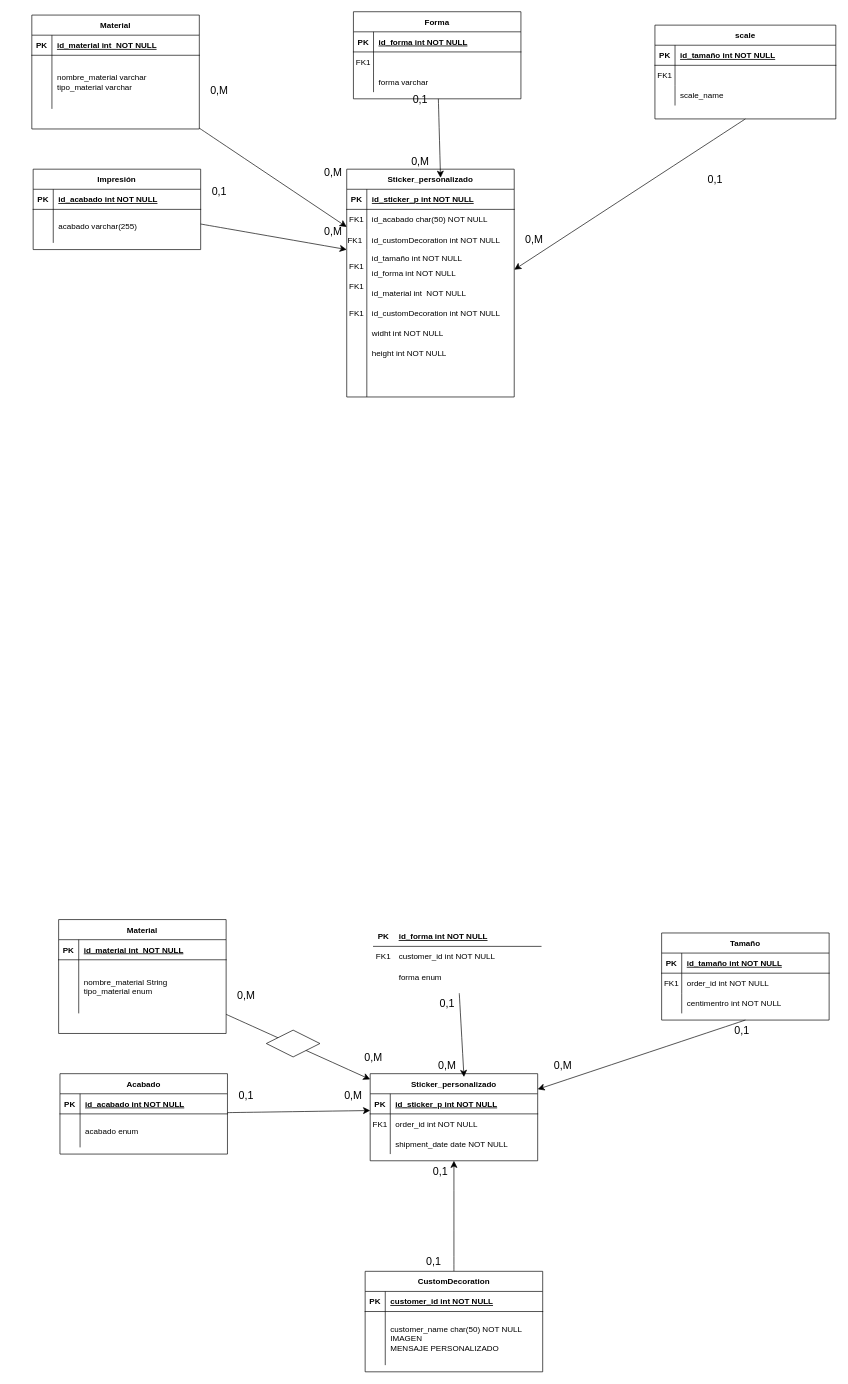
nayrariosaguilar/OdooStickerModule keeps this draw.io diagram as Diagrama sin título.drawio. Above is the earlier version. Source tidied: cells renumbered, new cells numbered last; positions are measured from the earlier drawing's top-left corner, leaving out a move shared by most shapes. Both pictures are drawn from the tidied source at 67%, with x=0, y=0 at pixel (31, 11).
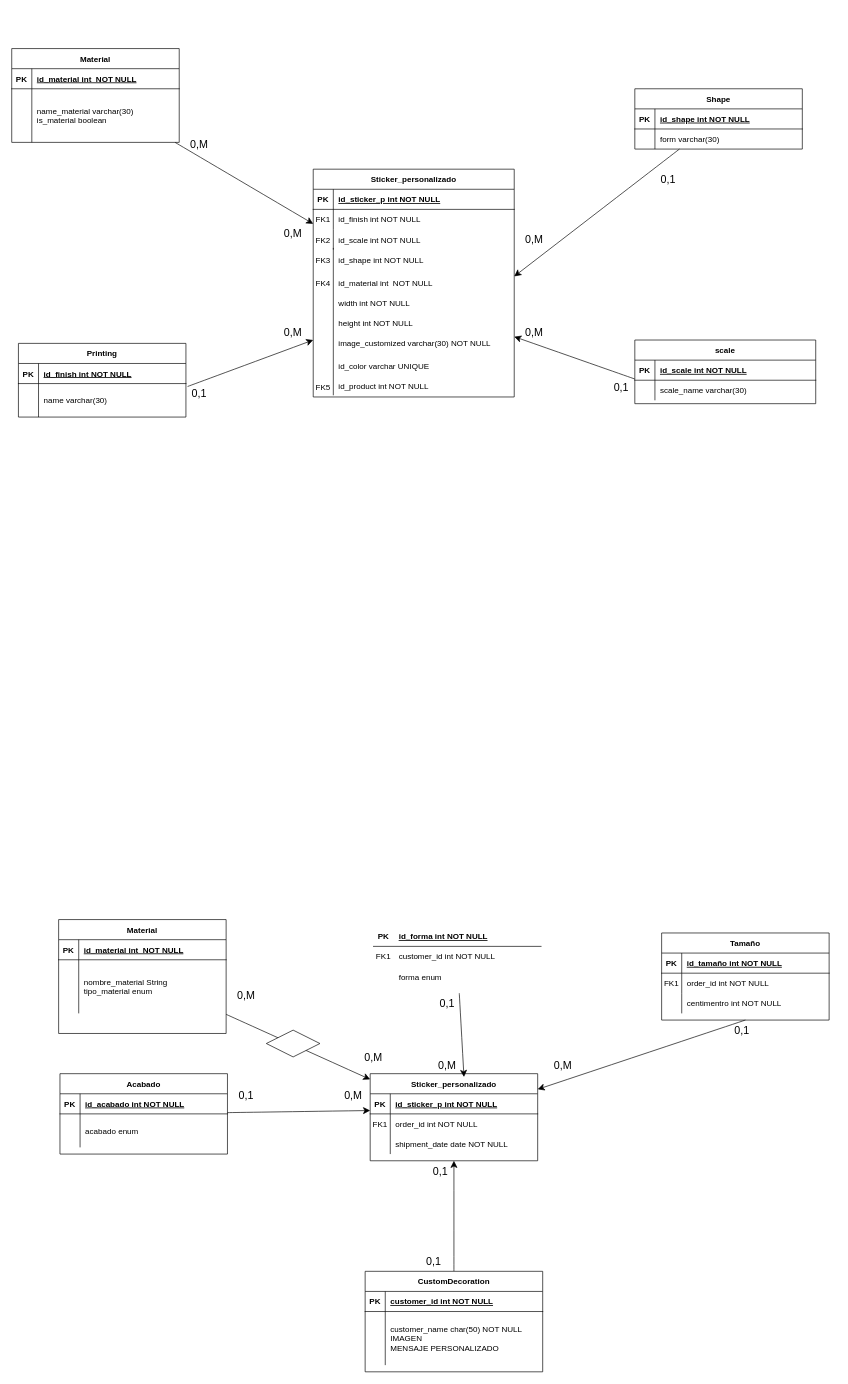
Above is the later version.

The change refers to these unchanged cells:
```xml
<mxCell id="3" style="shape=partialRectangle;fillColor=none;top=0;left=0;right=0;bottom=1;" parent="2" vertex="1">
  <mxGeometry y="30" width="250" height="30" as="geometry" />
</mxCell>
<mxCell id="27" style="shape=partialRectangle;fillColor=none;top=0;left=0;right=0;bottom=0;" parent="23" vertex="1">
  <mxGeometry y="60" width="250" height="80" as="geometry" />
</mxCell>
<mxCell id="31" style="shape=partialRectangle;fillColor=none;top=0;left=0;right=0;bottom=1;" parent="30" vertex="1">
  <mxGeometry y="30" width="250" height="30" as="geometry" />
</mxCell>
<mxCell id="34" style="shape=partialRectangle;fillColor=none;points=[[0,0.5],[1,0.5]];portConstraint=eastwest;top=0;left=0;right=0;bottom=0;" parent="30" vertex="1">
  <mxGeometry y="60" width="250" height="50" as="geometry" />
</mxCell>
```

What changed in the source:
```diff
@@
-    <mxCell id="2" value="Forma" style="shape=table;startSize=30;childLayout=tableLayout;rowLines=0;fontStyle=1;align=center;" parent="1" vertex="1">
-      <mxGeometry x="480" width="250" height="130" as="geometry" />
+    <mxCell id="2" value="Shape" style="shape=table;startSize=30;childLayout=tableLayout;rowLines=0;fontStyle=1;align=center;" parent="1" vertex="1">
+      <mxGeometry x="900" y="115" width="250" height="90" as="geometry" />
     </mxCell>
@@
-    <mxCell id="5" value="id_forma int NOT NULL " style="shape=partialRectangle;overflow=hidden;fillColor=none;top=0;left=0;bottom=0;right=0;align=left;spacingLeft=6;fontStyle=5;" parent="3" vertex="1">
+    <mxCell id="5" value="id_shape int NOT NULL " style="shape=partialRectangle;overflow=hidden;fillColor=none;top=0;left=0;bottom=0;right=0;align=left;spacingLeft=6;fontStyle=5;" parent="3" vertex="1">
       <mxGeometry x="30" width="220" height="30" as="geometry" />
     </mxCell>
-    <mxCell id="6" style="shape=partialRectangle;fillColor=none;top=0;left=0;right=0;bottom=0;" parent="2" vertex="1">
-      <mxGeometry y="60" width="250" height="30" as="geometry" />
-    </mxCell>
-    <mxCell id="7" value="FK1" style="shape=partialRectangle;overflow=hidden;fillColor=none;top=0;left=0;bottom=0;right=0;" parent="6" vertex="1">
-      <mxGeometry width="30" height="30" as="geometry" />
-    </mxCell>
-    <mxCell id="8" style="shape=partialRectangle;overflow=hidden;fillColor=none;top=0;left=0;bottom=0;right=0;align=left;spacingLeft=6;" parent="6" vertex="1">
-      <mxGeometry x="30" width="220" height="30" as="geometry" />
-    </mxCell>
     <mxCell id="9" style="shape=partialRectangle;fillColor=none;top=0;left=0;right=0;bottom=0;" parent="2" vertex="1">
-      <mxGeometry y="90" width="250" height="30" as="geometry" />
+      <mxGeometry y="60" width="250" height="30" as="geometry" />
     </mxCell>
@@
-    <mxCell id="11" value="forma varchar" style="shape=partialRectangle;overflow=hidden;fillColor=none;top=0;left=0;bottom=0;right=0;align=left;spacingLeft=6;" parent="9" vertex="1">
+    <mxCell id="11" value="form varchar(30)" style="shape=partialRectangle;overflow=hidden;fillColor=none;top=0;left=0;bottom=0;right=0;align=left;spacingLeft=6;" parent="9" vertex="1">
       <mxGeometry x="30" width="220" height="30" as="geometry" />
     </mxCell>
-    <mxCell id="12" value="scale" style="shape=table;startSize=30;childLayout=tableLayout;rowLines=0;fontStyle=1;align=center;" parent="1" vertex="1">
-      <mxGeometry x="930" y="20" width="270" height="140" as="geometry" />
-    </mxCell>
-    <mxCell id="13" style="shape=partialRectangle;fillColor=none;top=0;left=0;right=0;bottom=1;" parent="12" vertex="1">
-      <mxGeometry y="30" width="270" height="30" as="geometry" />
-    </mxCell>
-    <mxCell id="14" value="PK" style="shape=partialRectangle;overflow=hidden;fillColor=none;top=0;left=0;bottom=0;right=0;fontStyle=1;" parent="13" vertex="1">
-      <mxGeometry width="30" height="30" as="geometry" />
-    </mxCell>
-    <mxCell id="15" value="id_tamaño int NOT NULL " style="shape=partialRectangle;overflow=hidden;fillColor=none;top=0;left=0;bottom=0;right=0;align=left;spacingLeft=6;fontStyle=5;" parent="13" vertex="1">
-      <mxGeometry x="30" width="240" height="30" as="geometry" />
-    </mxCell>
-    <mxCell id="16" style="shape=partialRectangle;fillColor=none;top=0;left=0;right=0;bottom=0;" parent="12" vertex="1">
-      <mxGeometry y="60" width="270" height="30" as="geometry" />
-    </mxCell>
-    <mxCell id="17" value="FK1" style="shape=partialRectangle;overflow=hidden;fillColor=none;top=0;left=0;bottom=0;right=0;" parent="16" vertex="1">
-      <mxGeometry width="30" height="30" as="geometry" />
-    </mxCell>
-    <mxCell id="18" style="shape=partialRectangle;overflow=hidden;fillColor=none;top=0;left=0;bottom=0;right=0;align=left;spacingLeft=6;" parent="16" vertex="1">
-      <mxGeometry x="30" width="240" height="30" as="geometry" />
-    </mxCell>
-    <mxCell id="19" style="shape=partialRectangle;fillColor=none;top=0;left=0;right=0;bottom=0;" parent="12" vertex="1">
-      <mxGeometry y="90" width="270" height="30" as="geometry" />
-    </mxCell>
-    <mxCell id="20" style="shape=partialRectangle;overflow=hidden;fillColor=none;top=0;left=0;bottom=0;right=0;" parent="19" vertex="1">
-      <mxGeometry width="30" height="30" as="geometry" />
-    </mxCell>
-    <mxCell id="21" value="scale_name" style="shape=partialRectangle;overflow=hidden;fillColor=none;top=0;left=0;bottom=0;right=0;align=left;spacingLeft=6;" parent="19" vertex="1">
-      <mxGeometry x="30" width="240" height="30" as="geometry" />
-    </mxCell>
@@
     <mxCell id="23" value="Material" style="shape=table;startSize=30;childLayout=tableLayout;rowLines=0;fontStyle=1;align=center;" parent="1" vertex="1">
-      <mxGeometry y="5" width="250" height="170" as="geometry" />
+      <mxGeometry x="-30" y="55" width="250" height="140" as="geometry" />
     </mxCell>
@@
-    <mxCell id="29" value="nombre_material varchar&#10;tipo_material varchar" style="shape=partialRectangle;overflow=hidden;fillColor=none;top=0;left=0;bottom=0;right=0;align=left;spacingLeft=6;" parent="27" vertex="1">
+    <mxCell id="29" value="name_material varchar(30)&#10;is_material boolean" style="shape=partialRectangle;overflow=hidden;fillColor=none;top=0;left=0;bottom=0;right=0;align=left;spacingLeft=6;" parent="27" vertex="1">
       <mxGeometry x="30" width="220" height="80" as="geometry" />
     </mxCell>
-    <mxCell id="30" value="Impresión" style="shape=table;startSize=30;childLayout=tableLayout;rowLines=0;fontStyle=1;align=center;" parent="1" vertex="1">
-      <mxGeometry x="2" y="235" width="250" height="120" as="geometry" />
+    <mxCell id="30" value="Printing" style="shape=table;startSize=30;childLayout=tableLayout;rowLines=0;fontStyle=1;align=center;" parent="1" vertex="1">
+      <mxGeometry x="-20" y="495" width="250" height="110" as="geometry" />
     </mxCell>
@@
-    <mxCell id="33" value="id_acabado int NOT NULL " style="shape=partialRectangle;overflow=hidden;fillColor=none;top=0;left=0;bottom=0;right=0;align=left;spacingLeft=6;fontStyle=5;" parent="31" vertex="1">
+    <mxCell id="33" value="id_finish int NOT NULL " style="shape=partialRectangle;overflow=hidden;fillColor=none;top=0;left=0;bottom=0;right=0;align=left;spacingLeft=6;fontStyle=5;" parent="31" vertex="1">
       <mxGeometry x="30" width="220" height="30" as="geometry" />
     </mxCell>
@@
-    <mxCell id="36" value="acabado varchar(255)" style="shape=partialRectangle;overflow=hidden;fillColor=none;top=0;left=0;bottom=0;right=0;align=left;spacingLeft=6;" parent="34" vertex="1">
+    <mxCell id="36" value="name varchar(30)" style="shape=partialRectangle;overflow=hidden;fillColor=none;top=0;left=0;bottom=0;right=0;align=left;spacingLeft=6;" parent="34" vertex="1">
       <mxGeometry x="30" width="220" height="50" as="geometry" />
     </mxCell>
     <mxCell id="37" value="Sticker_personalizado" style="shape=table;startSize=30;childLayout=tableLayout;rowLines=0;fontStyle=1;align=center;" parent="1" vertex="1">
-      <mxGeometry x="470" y="235" width="250" height="340" as="geometry" />
+      <mxGeometry x="420" y="235" width="300" height="340" as="geometry" />
     </mxCell>
     <mxCell id="38" style="shape=partialRectangle;fillColor=none;top=0;left=0;right=0;bottom=1;" parent="37" vertex="1">
-      <mxGeometry y="30" width="250" height="30" as="geometry" />
+      <mxGeometry y="30" width="300" height="30" as="geometry" />
     </mxCell>
@@
     <mxCell id="40" value="id_sticker_p int NOT NULL " style="shape=partialRectangle;overflow=hidden;fillColor=none;top=0;left=0;bottom=0;right=0;align=left;spacingLeft=6;fontStyle=5;" parent="38" vertex="1">
-      <mxGeometry x="30" width="220" height="30" as="geometry" />
+      <mxGeometry x="30" width="270" height="30" as="geometry" />
     </mxCell>
     <mxCell id="41" style="shape=partialRectangle;fillColor=none;top=0;left=0;right=0;bottom=0;" parent="37" vertex="1">
-      <mxGeometry y="60" width="250" height="30" as="geometry" />
+      <mxGeometry y="60" width="300" height="30" as="geometry" />
     </mxCell>
@@
     <mxCell id="43" style="shape=partialRectangle;overflow=hidden;fillColor=none;top=0;left=0;bottom=0;right=0;align=left;spacingLeft=6;" parent="41" vertex="1">
-      <mxGeometry x="30" width="220" height="30" as="geometry" />
+      <mxGeometry x="30" width="270" height="30" as="geometry" />
     </mxCell>
     <mxCell id="44" style="shape=partialRectangle;fillColor=none;top=0;left=0;right=0;bottom=0;" parent="37" vertex="1">
-      <mxGeometry y="90" width="250" height="30" as="geometry" />
+      <mxGeometry y="90" width="300" height="30" as="geometry" />
     </mxCell>
@@
     <mxCell id="46" style="shape=partialRectangle;overflow=hidden;fillColor=none;top=0;left=0;bottom=0;right=0;align=left;spacingLeft=6;" parent="44" vertex="1">
-      <mxGeometry x="30" width="220" height="30" as="geometry" />
+      <mxGeometry x="30" width="270" height="30" as="geometry" />
     </mxCell>
     <mxCell id="47" value="0,1" style="text;html=1;align=center;verticalAlign=middle;whiteSpace=wrap;rounded=0;fontSize=16;" parent="1" vertex="1">
-      <mxGeometry x="550" y="115" width="60" height="30" as="geometry" />
+      <mxGeometry x="920" y="235" width="60" height="30" as="geometry" />
     </mxCell>
     <mxCell id="48" value="0,M" style="text;html=1;align=center;verticalAlign=middle;whiteSpace=wrap;rounded=0;fontSize=16;" parent="1" vertex="1">
-      <mxGeometry x="420" y="225" width="60" height="30" as="geometry" />
+      <mxGeometry x="360" y="315" width="60" height="30" as="geometry" />
     </mxCell>
-    <mxCell id="49" style="edgeStyle=none;curved=1;rounded=0;jettySize=auto;html=1;entryX=0.56;entryY=0.038;entryDx=0;entryDy=0;entryPerimeter=0;fontSize=12;startSize=8;endSize=8;" parent="1" edge="1" source="2" target="37">
-      <mxGeometry relative="1" as="geometry" />
+    <mxCell id="49" style="edgeStyle=none;curved=1;rounded=0;jettySize=auto;html=1;fontSize=12;startSize=8;endSize=8;" parent="1" edge="1" source="2">
+      <mxGeometry relative="1" as="geometry">
+        <mxPoint x="720" y="395" as="targetPoint" />
+      </mxGeometry>
     </mxCell>
     <mxCell id="50" value="0,M" style="text;html=1;align=center;verticalAlign=middle;whiteSpace=wrap;rounded=0;fontSize=16;" parent="1" vertex="1">
-      <mxGeometry x="250" y="105" width="60" height="25" as="geometry" />
+      <mxGeometry x="220" y="185" width="60" height="25" as="geometry" />
     </mxCell>
-    <mxCell id="51" value="0,M" style="text;html=1;align=center;verticalAlign=middle;whiteSpace=wrap;rounded=0;fontSize=16;" parent="1" vertex="1">
-      <mxGeometry x="550" y="210" width="60" height="25" as="geometry" />
-    </mxCell>
     <mxCell id="52" value="0,1" style="text;html=1;align=center;verticalAlign=middle;whiteSpace=wrap;rounded=0;fontSize=16;" parent="1" vertex="1">
-      <mxGeometry x="250" y="252.5" width="60" height="30" as="geometry" />
+      <mxGeometry x="220" y="555" width="60" height="30" as="geometry" />
     </mxCell>
-    <mxCell id="53" value="0,M" style="text;html=1;align=center;verticalAlign=middle;whiteSpace=wrap;rounded=0;fontSize=16;" parent="1" vertex="1">
-      <mxGeometry x="420" y="315" width="60" height="25" as="geometry" />
-    </mxCell>
-    <mxCell id="54" style="edgeStyle=none;curved=1;rounded=0;jettySize=auto;html=1;fontSize=12;startSize=8;endSize=8;exitX=0.5;exitY=1;exitDx=0;exitDy=0;" parent="1" edge="1" source="12">
+    <mxCell id="54" style="edgeStyle=none;curved=1;rounded=0;orthogonalLoop=1;jettySize=auto;html=1;fontSize=12;startSize=8;endSize=8;exitX=0;exitY=-0.091;exitDx=0;exitDy=0;exitPerimeter=0;" parent="1" edge="1">
       <mxGeometry relative="1" as="geometry">
-        <mxPoint x="720" y="385" as="targetPoint" />
+        <mxPoint x="900" y="548.2" as="sourcePoint" />
+        <mxPoint x="720" y="485" as="targetPoint" />
       </mxGeometry>
     </mxCell>
-    <mxCell id="55" value="0,1" style="text;html=1;align=center;verticalAlign=middle;whiteSpace=wrap;rounded=0;fontSize=16;" parent="1" vertex="1">
-      <mxGeometry x="990" y="235" width="60" height="30" as="geometry" />
-    </mxCell>
@@
-    <mxCell id="123" style="edgeStyle=none;curved=1;rounded=0;jettySize=auto;html=1;fontSize=12;startSize=8;endSize=8;" parent="1" edge="1" source="30">
-      <mxGeometry relative="1" as="geometry">
-        <mxPoint x="470" y="355" as="targetPoint" />
-      </mxGeometry>
+    <mxCell id="123" style="edgeStyle=none;curved=1;rounded=0;jettySize=auto;html=1;fontSize=12;startSize=8;endSize=8;exitX=1.01;exitY=0.087;exitDx=0;exitDy=0;exitPerimeter=0;entryX=0;entryY=0.75;entryDx=0;entryDy=0;" parent="1" edge="1" source="34" target="37">
+      <mxGeometry relative="1" as="geometry" />
     </mxCell>
-    <mxCell id="124" value="FK1" style="shape=partialRectangle;overflow=hidden;fillColor=none;top=0;left=0;bottom=0;right=0;" parent="1" vertex="1">
-      <mxGeometry x="467.5" y="325" width="30" height="30" as="geometry" />
-    </mxCell>
-    <mxCell id="125" value="FK1" style="shape=partialRectangle;overflow=hidden;fillColor=none;top=0;left=0;bottom=0;right=0;" parent="1" vertex="1">
-      <mxGeometry x="470" y="365" width="30" height="30" as="geometry" />
+    <mxCell id="125" value="FK2" style="shape=partialRectangle;overflow=hidden;fillColor=none;top=0;left=0;bottom=0;right=0;" parent="1" vertex="1">
+      <mxGeometry x="420" y="325" width="30" height="30" as="geometry" />
     </mxCell>
-    <mxCell id="126" value="FK1" style="shape=partialRectangle;overflow=hidden;fillColor=none;top=0;left=0;bottom=0;right=0;" parent="1" vertex="1">
-      <mxGeometry x="470" y="395" width="30" height="30" as="geometry" />
+    <mxCell id="126" value="FK3" style="shape=partialRectangle;overflow=hidden;fillColor=none;top=0;left=0;bottom=0;right=0;" parent="1" vertex="1">
+      <mxGeometry x="420" y="355" width="30" height="30" as="geometry" />
     </mxCell>
-    <mxCell id="127" value="FK1" style="shape=partialRectangle;overflow=hidden;fillColor=none;top=0;left=0;bottom=0;right=0;" parent="1" vertex="1">
-      <mxGeometry x="470" y="435" width="30" height="30" as="geometry" />
-    </mxCell>
-    <mxCell id="128" value="id_customDecoration int NOT NULL" style="shape=partialRectangle;overflow=hidden;fillColor=none;top=0;left=0;bottom=0;right=0;align=left;spacingLeft=6;" parent="1" vertex="1">
-      <mxGeometry x="500" y="325" width="220" height="30" as="geometry" />
+    <mxCell id="128" value="image_customized varchar(30) NOT NULL" style="shape=partialRectangle;overflow=hidden;fillColor=none;top=0;left=0;bottom=0;right=0;align=left;spacingLeft=6;" parent="1" vertex="1">
+      <mxGeometry x="450" y="480" width="270" height="30" as="geometry" />
     </mxCell>
-    <mxCell id="129" value="id_tamaño int NOT NULL" style="shape=partialRectangle;overflow=hidden;fillColor=none;top=0;left=0;bottom=0;right=0;align=left;spacingLeft=6;" parent="1" vertex="1">
-      <mxGeometry x="500" y="352.5" width="220" height="30" as="geometry" />
+    <mxCell id="129" value="id_scale int NOT NULL" style="shape=partialRectangle;overflow=hidden;fillColor=none;top=0;left=0;bottom=0;right=0;align=left;spacingLeft=6;" parent="1" vertex="1">
+      <mxGeometry x="450" y="325" width="220" height="30" as="geometry" />
     </mxCell>
     <mxCell id="130" value="id_material int  NOT NULL" style="shape=partialRectangle;overflow=hidden;fillColor=none;top=0;left=0;bottom=0;right=0;align=left;spacingLeft=6;" parent="1" vertex="1">
-      <mxGeometry x="500" y="405" width="220" height="30" as="geometry" />
+      <mxGeometry x="450" y="390" width="220" height="30" as="geometry" />
     </mxCell>
-    <mxCell id="131" value="id_forma int NOT NULL" style="shape=partialRectangle;overflow=hidden;fillColor=none;top=0;left=0;bottom=0;right=0;align=left;spacingLeft=6;" parent="1" vertex="1">
-      <mxGeometry x="500" y="375" width="220" height="30" as="geometry" />
+    <mxCell id="131" value="id_shape int NOT NULL" style="shape=partialRectangle;overflow=hidden;fillColor=none;top=0;left=0;bottom=0;right=0;align=left;spacingLeft=6;" parent="1" vertex="1">
+      <mxGeometry x="450" y="355" width="220" height="30" as="geometry" />
     </mxCell>
-    <mxCell id="132" value="id_acabado char(50) NOT NULL" style="shape=partialRectangle;overflow=hidden;fillColor=none;top=0;left=0;bottom=0;right=0;align=left;spacingLeft=6;" parent="1" vertex="1">
-      <mxGeometry x="500" y="295" width="220" height="30" as="geometry" />
+    <mxCell id="132" value="id_finish int NOT NULL" style="shape=partialRectangle;overflow=hidden;fillColor=none;top=0;left=0;bottom=0;right=0;align=left;spacingLeft=6;" parent="1" vertex="1">
+      <mxGeometry x="450" y="295" width="220" height="30" as="geometry" />
     </mxCell>
-    <mxCell id="133" value="id_customDecoration int NOT NULL" style="shape=partialRectangle;overflow=hidden;fillColor=none;top=0;left=0;bottom=0;right=0;align=left;spacingLeft=6;" parent="1" vertex="1">
-      <mxGeometry x="500" y="435" width="220" height="30" as="geometry" />
-    </mxCell>
-    <mxCell id="134" value="widht int NOT NULL" style="shape=partialRectangle;overflow=hidden;fillColor=none;top=0;left=0;bottom=0;right=0;align=left;spacingLeft=6;" parent="1" vertex="1">
-      <mxGeometry x="500" y="465" width="220" height="30" as="geometry" />
+    <mxCell id="134" value="width int NOT NULL" style="shape=partialRectangle;overflow=hidden;fillColor=none;top=0;left=0;bottom=0;right=0;align=left;spacingLeft=6;" parent="1" vertex="1">
+      <mxGeometry x="450" y="420" width="220" height="30" as="geometry" />
     </mxCell>
     <mxCell id="135" value="height int NOT NULL" style="shape=partialRectangle;overflow=hidden;fillColor=none;top=0;left=0;bottom=0;right=0;align=left;spacingLeft=6;" parent="1" vertex="1">
-      <mxGeometry x="500" y="495" width="220" height="30" as="geometry" />
+      <mxGeometry x="450" y="450" width="220" height="30" as="geometry" />
     </mxCell>
     <mxCell id="136" style="endArrow=none;html=1;rounded=0;" parent="1" edge="1">
       <mxGeometry relative="1" as="geometry">
-        <mxPoint x="500" y="575" as="sourcePoint" />
-        <mxPoint x="500" y="355" as="targetPoint" />
+        <mxPoint x="450" y="572.5" as="sourcePoint" />
+        <mxPoint x="450" y="352.5" as="targetPoint" />
       </mxGeometry>
     </mxCell>
+    <mxCell id="12" value="scale" style="shape=table;startSize=30;childLayout=tableLayout;rowLines=0;fontStyle=1;align=center;" parent="1" vertex="1">
+      <mxGeometry x="900" y="490" width="270" height="95" as="geometry" />
+    </mxCell>
+    <mxCell id="13" style="shape=partialRectangle;fillColor=none;top=0;left=0;right=0;bottom=1;" parent="12" vertex="1">
+      <mxGeometry y="30" width="270" height="30" as="geometry" />
+    </mxCell>
+    <mxCell id="14" value="PK" style="shape=partialRectangle;overflow=hidden;fillColor=none;top=0;left=0;bottom=0;right=0;fontStyle=1;" parent="13" vertex="1">
+      <mxGeometry width="30" height="30" as="geometry" />
+    </mxCell>
+    <mxCell id="15" value="id_scale int NOT NULL " style="shape=partialRectangle;overflow=hidden;fillColor=none;top=0;left=0;bottom=0;right=0;align=left;spacingLeft=6;fontStyle=5;" parent="13" vertex="1">
+      <mxGeometry x="30" width="240" height="30" as="geometry" />
+    </mxCell>
+    <mxCell id="19" style="shape=partialRectangle;fillColor=none;top=0;left=0;right=0;bottom=0;" parent="12" vertex="1">
+      <mxGeometry y="60" width="270" height="30" as="geometry" />
+    </mxCell>
+    <mxCell id="20" style="shape=partialRectangle;overflow=hidden;fillColor=none;top=0;left=0;bottom=0;right=0;" parent="19" vertex="1">
+      <mxGeometry width="30" height="30" as="geometry" />
+    </mxCell>
+    <mxCell id="21" value="scale_name varchar(30)" style="shape=partialRectangle;overflow=hidden;fillColor=none;top=0;left=0;bottom=0;right=0;align=left;spacingLeft=6;" parent="19" vertex="1">
+      <mxGeometry x="30" width="240" height="30" as="geometry" />
+    </mxCell>
+    <mxCell id="55" value="0,1" style="text;html=1;align=center;verticalAlign=middle;whiteSpace=wrap;rounded=0;fontSize=16;" parent="1" vertex="1">
+      <mxGeometry x="850" y="545" width="60" height="30" as="geometry" />
+    </mxCell>
+    <mxCell id="137" value="&lt;div&gt;&lt;span style=&quot;background-color: transparent; color: light-dark(rgb(0, 0, 0), rgb(255, 255, 255));&quot;&gt;id_color varchar UNIQUE&lt;/span&gt;&lt;/div&gt;" style="text;html=1;align=left;verticalAlign=middle;strokeColor=none;fillColor=none;spacingLeft=6;" parent="1" vertex="1">
+      <mxGeometry x="450" y="515" width="160" height="30" as="geometry" />
+    </mxCell>
+    <mxCell id="138" value="FK4" style="shape=partialRectangle;overflow=hidden;fillColor=none;top=0;left=0;bottom=0;right=0;" parent="1" vertex="1">
+      <mxGeometry x="420" y="390" width="30" height="30" as="geometry" />
+    </mxCell>
+    <mxCell id="139" value="0,M" style="text;html=1;align=center;verticalAlign=middle;whiteSpace=wrap;rounded=0;fontSize=16;" parent="1" vertex="1">
+      <mxGeometry x="720" y="465" width="60" height="25" as="geometry" />
+    </mxCell>
+    <mxCell id="140" value="0,M" style="text;html=1;align=center;verticalAlign=middle;whiteSpace=wrap;rounded=0;fontSize=16;" parent="1" vertex="1">
+      <mxGeometry x="360" y="462.5" width="60" height="30" as="geometry" />
+    </mxCell>
+    <mxCell id="141" value="FK5" style="shape=partialRectangle;overflow=hidden;fillColor=none;top=0;left=0;bottom=0;right=0;" parent="1" vertex="1">
+      <mxGeometry x="420" y="545" width="30" height="30" as="geometry" />
+    </mxCell>
+    <mxCell id="142" value="&lt;div&gt;&lt;span style=&quot;background-color: transparent; color: light-dark(rgb(0, 0, 0), rgb(255, 255, 255));&quot;&gt;id_product int NOT NULL&lt;/span&gt;&lt;/div&gt;" style="text;html=1;align=left;verticalAlign=middle;strokeColor=none;fillColor=none;spacingLeft=6;" parent="1" vertex="1">
+      <mxGeometry x="450" y="545" width="160" height="30" as="geometry" />
+    </mxCell>
```
